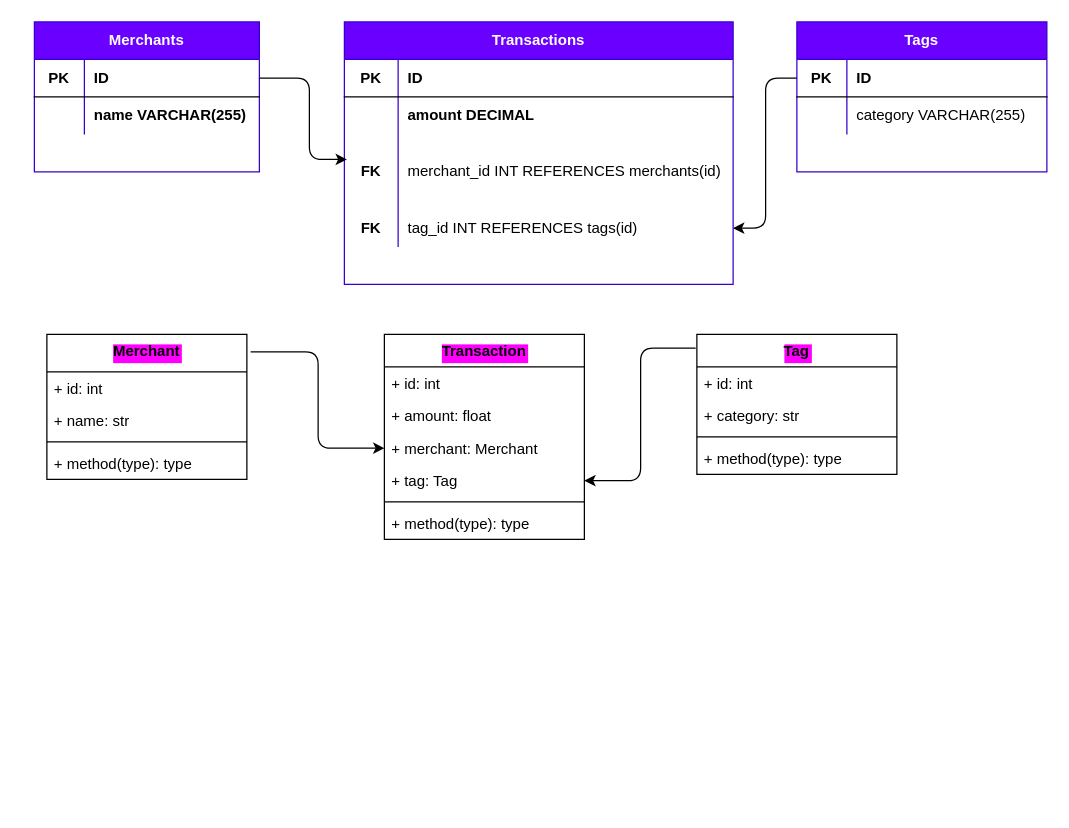
Before: planning/planning.drawio in Astra-Gal/budgie_budget_python, a draw.io diagram. Source tidied: cells renumbered, new cells numbered last; positions are measured from the earlier drawing's top-left corner, leaving out a move shared by most shapes. Both pictures are drawn from the tidied source at 125%, with x=0, y=0 at pixel (34, 21).
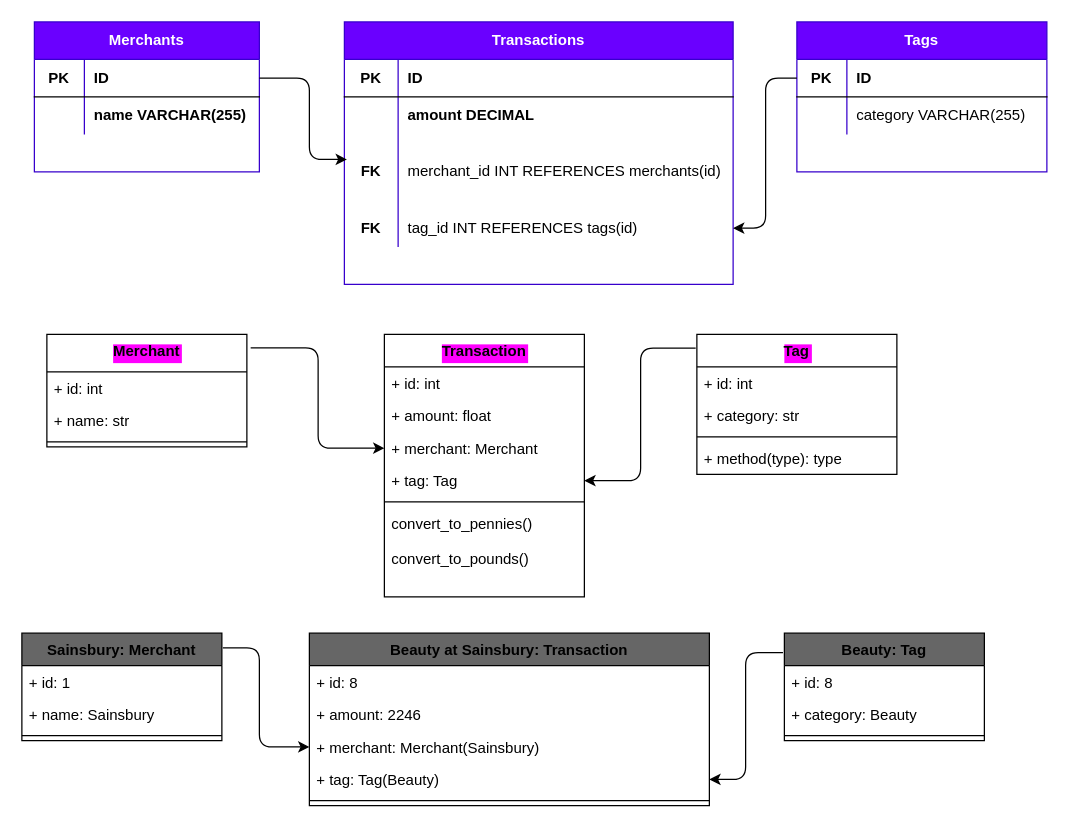
After the change.

Commit message:
added object diagram to planning

The edit, as a diff of the source:
```diff
@@
     <mxCell id="31" value="Merchant" style="swimlane;fontStyle=1;align=center;verticalAlign=top;horizontal=1;startSize=30;labelBackgroundColor=#FF00FF;" parent="1" vertex="1">
-      <mxGeometry x="10" y="250" width="160" height="116" as="geometry" />
+      <mxGeometry x="10" y="250" width="160" height="90" as="geometry" />
     </mxCell>
@@
-    <mxCell id="35" value="+ method(type): type" style="text;strokeColor=none;fillColor=none;align=left;verticalAlign=top;spacingLeft=4;spacingRight=4;overflow=hidden;" parent="31" vertex="1">
-      <mxGeometry y="90" width="160" height="26" as="geometry" />
-    </mxCell>
     <mxCell id="36" value="Transaction" style="swimlane;fontStyle=1;align=center;verticalAlign=top;horizontal=1;startSize=26;labelBackgroundColor=#FF00FF;" parent="1" vertex="1">
-      <mxGeometry x="280" y="250" width="160" height="164" as="geometry" />
+      <mxGeometry x="280" y="250" width="160" height="210" as="geometry" />
     </mxCell>
@@
-    <mxCell id="42" value="+ method(type): type" style="text;strokeColor=none;fillColor=none;align=left;verticalAlign=top;spacingLeft=4;spacingRight=4;overflow=hidden;" parent="36" vertex="1">
-      <mxGeometry y="138" width="160" height="26" as="geometry" />
+    <mxCell id="42" value="convert_to_pennies()&#10;&#10;convert_to_pounds()" style="text;strokeColor=none;fillColor=none;align=left;verticalAlign=top;spacingLeft=4;spacingRight=4;overflow=hidden;" parent="36" vertex="1">
+      <mxGeometry y="138" width="160" height="72" as="geometry" />
     </mxCell>
@@
+    <mxCell id="50" value="Sainsbury: Merchant" style="swimlane;fontStyle=1;align=center;verticalAlign=top;horizontal=1;startSize=26;fillColor=#666666;" parent="1" vertex="1">
+      <mxGeometry x="-10" y="489" width="160" height="86" as="geometry" />
+    </mxCell>
+    <mxCell id="51" value="+ id: 1" style="text;strokeColor=none;fillColor=none;align=left;verticalAlign=top;spacingLeft=4;spacingRight=4;overflow=hidden;" parent="50" vertex="1">
+      <mxGeometry y="26" width="160" height="26" as="geometry" />
+    </mxCell>
+    <mxCell id="52" value="+ name: Sainsbury" style="text;strokeColor=none;fillColor=none;align=left;verticalAlign=top;spacingLeft=4;spacingRight=4;overflow=hidden;" parent="50" vertex="1">
+      <mxGeometry y="52" width="160" height="26" as="geometry" />
+    </mxCell>
+    <mxCell id="53" style="line;strokeWidth=1;fillColor=none;align=left;verticalAlign=middle;spacingTop=-1;spacingLeft=3;spacingRight=3;labelPosition=right;" parent="50" vertex="1">
+      <mxGeometry y="78" width="160" height="8" as="geometry" />
+    </mxCell>
+    <mxCell id="54" value="Beauty at Sainsbury: Transaction" style="swimlane;fontStyle=1;align=center;verticalAlign=top;horizontal=1;startSize=26;fillColor=#666666;" parent="1" vertex="1">
+      <mxGeometry x="220" y="489" width="320" height="138" as="geometry" />
+    </mxCell>
+    <mxCell id="55" value="+ id: 8" style="text;strokeColor=none;fillColor=none;align=left;verticalAlign=top;spacingLeft=4;spacingRight=4;overflow=hidden;" parent="54" vertex="1">
+      <mxGeometry y="26" width="320" height="26" as="geometry" />
+    </mxCell>
+    <mxCell id="56" value="+ amount: 2246" style="text;strokeColor=none;fillColor=none;align=left;verticalAlign=top;spacingLeft=4;spacingRight=4;overflow=hidden;" parent="54" vertex="1">
+      <mxGeometry y="52" width="320" height="26" as="geometry" />
+    </mxCell>
+    <mxCell id="57" value="+ merchant: Merchant(Sainsbury)" style="text;strokeColor=none;fillColor=none;align=left;verticalAlign=top;spacingLeft=4;spacingRight=4;overflow=hidden;points=[[0,0.5],[1,0.5]];portConstraint=eastwest;" parent="54" vertex="1">
+      <mxGeometry y="78" width="320" height="26" as="geometry" />
+    </mxCell>
+    <mxCell id="58" value="+ tag: Tag(Beauty)" style="text;strokeColor=none;fillColor=none;align=left;verticalAlign=top;spacingLeft=4;spacingRight=4;overflow=hidden;points=[[0,0.5],[1,0.5]];portConstraint=eastwest;" parent="54" vertex="1">
+      <mxGeometry y="104" width="320" height="26" as="geometry" />
+    </mxCell>
+    <mxCell id="59" style="line;strokeWidth=1;fillColor=none;align=left;verticalAlign=middle;spacingTop=-1;spacingLeft=3;spacingRight=3;labelPosition=right;" parent="54" vertex="1">
+      <mxGeometry y="130" width="320" height="8" as="geometry" />
+    </mxCell>
+    <mxCell id="60" value="Beauty: Tag" style="swimlane;fontStyle=1;align=center;verticalAlign=top;horizontal=1;startSize=26;fillColor=#666666;" parent="1" vertex="1">
+      <mxGeometry x="600" y="489" width="160" height="86" as="geometry" />
+    </mxCell>
+    <mxCell id="61" value="+ id: 8" style="text;strokeColor=none;fillColor=none;align=left;verticalAlign=top;spacingLeft=4;spacingRight=4;overflow=hidden;" parent="60" vertex="1">
+      <mxGeometry y="26" width="160" height="26" as="geometry" />
+    </mxCell>
+    <mxCell id="62" value="+ category: Beauty" style="text;strokeColor=none;fillColor=none;align=left;verticalAlign=top;spacingLeft=4;spacingRight=4;overflow=hidden;" parent="60" vertex="1">
+      <mxGeometry y="52" width="160" height="26" as="geometry" />
+    </mxCell>
+    <mxCell id="63" style="line;strokeWidth=1;fillColor=none;align=left;verticalAlign=middle;spacingTop=-1;spacingLeft=3;spacingRight=3;labelPosition=right;" parent="60" vertex="1">
+      <mxGeometry y="78" width="160" height="8" as="geometry" />
+    </mxCell>
+    <mxCell id="64" style="edgeStyle=elbowEdgeStyle;elbow=horizontal;endArrow=classic;html=1;exitX=-0.007;exitY=0.182;exitDx=0;exitDy=0;exitPerimeter=0;entryX=1;entryY=0.5;entryDx=0;entryDy=0;" parent="1" edge="1" source="60" target="58">
+      <mxGeometry relative="1" as="geometry" />
+    </mxCell>
+    <mxCell id="65" style="edgeStyle=elbowEdgeStyle;elbow=horizontal;endArrow=classic;html=1;exitX=1.005;exitY=0.136;exitDx=0;exitDy=0;exitPerimeter=0;entryX=0;entryY=0.5;entryDx=0;entryDy=0;" parent="1" edge="1" source="50" target="57">
+      <mxGeometry relative="1" as="geometry">
+        <Array as="points">
+          <mxPoint x="180" y="520" />
+        </Array>
+      </mxGeometry>
+    </mxCell>
```
